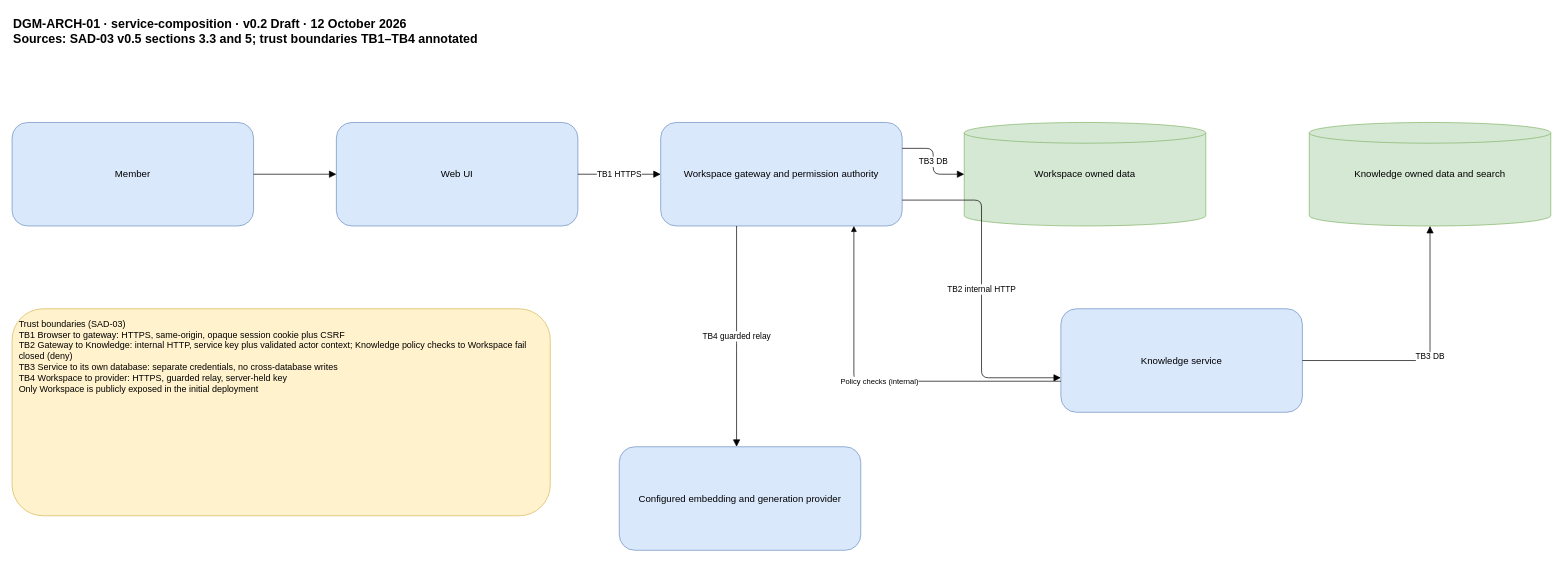
Above: docs/sdlc/diagrams/architecture/service-composition.drawio in 900M100CK/scrum-workspace-KMS-ai (draw.io), before the change. Source tidied: cells renumbered, new cells numbered last; positions are measured from the earlier drawing's top-left corner, leaving out a move shared by most shapes. Both pictures are drawn from the tidied source at 69%, with x=0, y=0 at pixel (12, 12).
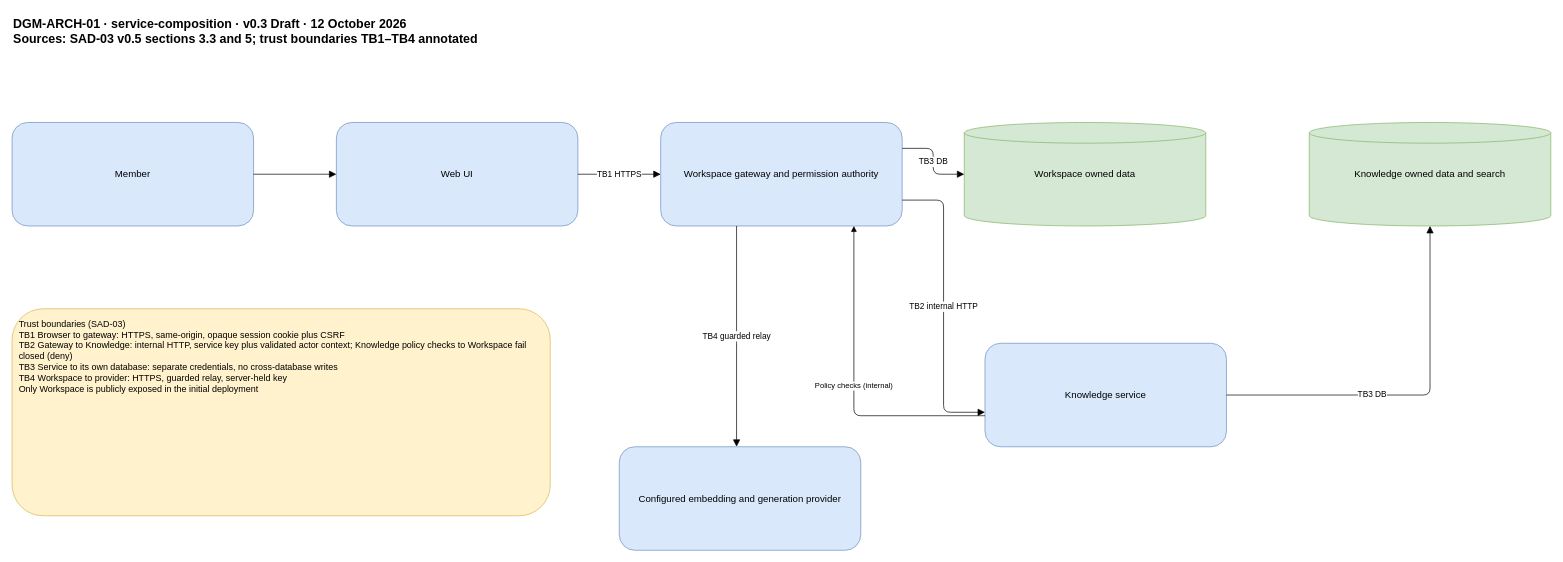
After the change.

What changed in the source:
```diff
@@
 <mxGraphModel>
   <root>
     <mxCell id="0" />
     <mxCell id="1" parent="0" />
-    <mxCell id="2" value="DGM-ARCH-01 · service-composition · v0.2 Draft · 12 October 2026&#10;Sources: SAD-03 v0.5 sections 3.3 and 5; trust boundaries TB1–TB4 annotated" style="text;html=1;whiteSpace=wrap;fontSize=18;fontStyle=1;align=left;" parent="1" vertex="1">
+    <mxCell id="2" value="DGM-ARCH-01 · service-composition · v0.3 Draft · 12 October 2026&#10;Sources: SAD-03 v0.5 sections 3.3 and 5; trust boundaries TB1–TB4 annotated" style="text;html=1;whiteSpace=wrap;fontSize=18;fontStyle=1;align=left;" parent="1" vertex="1">
       <mxGeometry width="2230" height="100" as="geometry" />
     </mxCell>
     <mxCell id="3" value="Member" style="rounded=1;fillColor=#dae8fc;strokeColor=#6c8ebf;whiteSpace=wrap;html=1;fontSize=14;spacing=12;" parent="1" vertex="1">
       <mxGeometry y="160" width="350" height="150" as="geometry" />
     </mxCell>
     <mxCell id="4" value="Web UI" style="rounded=1;fillColor=#dae8fc;strokeColor=#6c8ebf;whiteSpace=wrap;html=1;fontSize=14;spacing=12;" parent="1" vertex="1">
       <mxGeometry x="470" y="160" width="350" height="150" as="geometry" />
     </mxCell>
     <mxCell id="5" value="Workspace gateway and permission authority" style="rounded=1;fillColor=#dae8fc;strokeColor=#6c8ebf;whiteSpace=wrap;html=1;fontSize=14;spacing=12;" parent="1" vertex="1">
       <mxGeometry x="940" y="160" width="350" height="150" as="geometry" />
     </mxCell>
     <mxCell id="6" value="Workspace owned data" style="shape=cylinder3;fillColor=#d5e8d4;strokeColor=#82b366;whiteSpace=wrap;html=1;fontSize=14;spacing=12;" parent="1" vertex="1">
       <mxGeometry x="1380" y="160" width="350" height="150" as="geometry" />
     </mxCell>
     <mxCell id="7" value="Knowledge service" style="rounded=1;fillColor=#dae8fc;strokeColor=#6c8ebf;whiteSpace=wrap;html=1;fontSize=14;spacing=12;" parent="1" vertex="1">
-      <mxGeometry x="1520" y="430" width="350" height="150" as="geometry" />
+      <mxGeometry x="1410" y="480" width="350" height="150" as="geometry" />
     </mxCell>
     <mxCell id="8" value="Knowledge owned data and search" style="shape=cylinder3;fillColor=#d5e8d4;strokeColor=#82b366;whiteSpace=wrap;html=1;fontSize=14;spacing=12;" parent="1" vertex="1">
       <mxGeometry x="1880" y="160" width="350" height="150" as="geometry" />
     </mxCell>
     <mxCell id="9" value="Configured embedding and generation provider" style="rounded=1;fillColor=#dae8fc;strokeColor=#6c8ebf;whiteSpace=wrap;html=1;fontSize=14;spacing=12;" parent="1" vertex="1">
       <mxGeometry x="880" y="630" width="350" height="150" as="geometry" />
     </mxCell>
     <mxCell id="10" style="edgeStyle=orthogonalEdgeStyle;rounded=1;jettySize=auto;html=1;endArrow=block;endSize=8;fontSize=12;labelBackgroundColor=#ffffff;" parent="1" edge="1" source="3" target="4">
       <mxGeometry relative="1" as="geometry" />
     </mxCell>
     <mxCell id="11" value="TB1 HTTPS" style="edgeStyle=orthogonalEdgeStyle;rounded=1;jettySize=auto;html=1;endArrow=block;endSize=8;fontSize=12;labelBackgroundColor=#ffffff;" parent="1" edge="1" source="4" target="5">
       <mxGeometry relative="1" as="geometry" />
     </mxCell>
     <mxCell id="12" value="TB3 DB" style="edgeStyle=orthogonalEdgeStyle;rounded=1;jettySize=auto;html=1;endArrow=block;endSize=8;fontSize=12;labelBackgroundColor=#ffffff;exitX=1;exitY=0.25;exitDx=0;exitDy=0;" parent="1" edge="1" source="5" target="6">
       <mxGeometry relative="1" as="geometry" />
     </mxCell>
     <mxCell id="13" value="TB2 internal HTTP" style="edgeStyle=orthogonalEdgeStyle;rounded=1;jettySize=auto;html=1;endArrow=block;endSize=8;fontSize=12;labelBackgroundColor=#ffffff;exitX=1;exitY=0.75;exitDx=0;exitDy=0;entryX=0;entryY=0.666667;entryDx=0;entryDy=0;" parent="1" edge="1" source="5" target="7">
       <mxGeometry relative="1" as="geometry" />
     </mxCell>
     <mxCell id="14" value="TB3 DB" style="edgeStyle=orthogonalEdgeStyle;rounded=1;jettySize=auto;html=1;endArrow=block;endSize=8;fontSize=12;labelBackgroundColor=#ffffff;" parent="1" edge="1" source="7" target="8">
-      <mxGeometry relative="1" as="geometry" />
+      <mxGeometry x="-0.22" relative="1" as="geometry" />
     </mxCell>
     <mxCell id="15" value="Policy checks (internal)" style="rounded=1;jettySize=auto;html=1;endArrow=block;entryX=0.5;entryY=1;edgeStyle=orthogonalEdgeStyle;exitX=-0.001;exitY=0.531;exitDx=0;exitDy=0;exitPerimeter=0;exitX=0;exitY=0.7;entryX=0.8;entryY=1;" parent="1" edge="1" source="7" target="5">
       <mxGeometry relative="1" as="geometry" />
     </mxCell>
     <mxCell id="16" value="TB4 guarded relay" style="edgeStyle=orthogonalEdgeStyle;rounded=1;jettySize=auto;html=1;endArrow=block;endSize=8;fontSize=12;labelBackgroundColor=#ffffff;" parent="1" edge="1" source="5" target="9">
       <mxGeometry relative="1" as="geometry">
         <Array as="points">
           <mxPoint x="1050" y="480" />
           <mxPoint x="1050" y="480" />
         </Array>
       </mxGeometry>
     </mxCell>
     <mxCell id="17" value="Trust boundaries (SAD-03)&#10;TB1 Browser to gateway: HTTPS, same-origin, opaque session cookie plus CSRF&#10;TB2 Gateway to Knowledge: internal HTTP, service key plus validated actor context; Knowledge policy checks to Workspace fail closed (deny)&#10;TB3 Service to its own database: separate credentials, no cross-database writes&#10;TB4 Workspace to provider: HTTPS, guarded relay, server-held key&#10;Only Workspace is publicly exposed in the initial deployment" style="rounded=1;fillColor=#fff2cc;strokeColor=#d6b656;align=left;verticalAlign=top;whiteSpace=wrap;html=0;fontSize=13;spacing=10;" parent="1" vertex="1">
       <mxGeometry y="430" width="780" height="300" as="geometry" />
     </mxCell>
   </root>
 </mxGraphModel>
```
